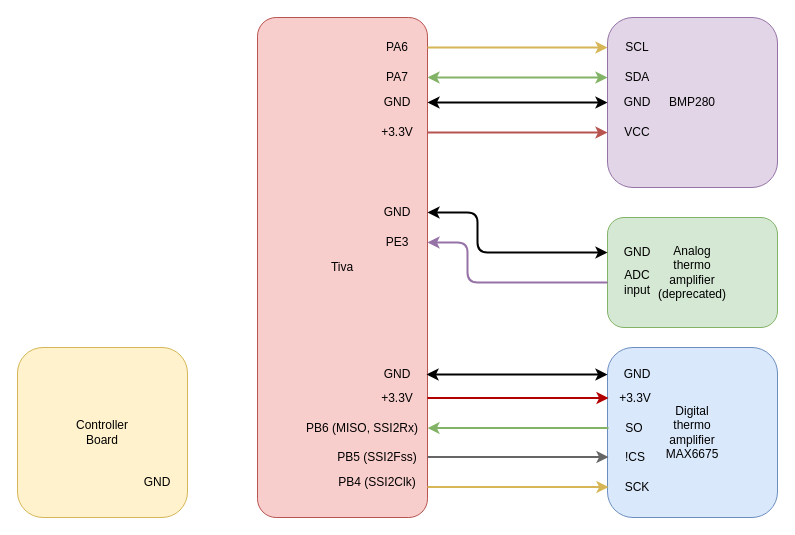
Earlier version of the draw.io diagram blockdiagram_overview.drawio (pfrapp/reflow-oven). Source tidied: cells renumbered, new cells numbered last; positions are measured from the earlier drawing's top-left corner, leaving out a move shared by most shapes. Both pictures are drawn from the tidied source at 100%, with x=0, y=0 at pixel (17, 17).
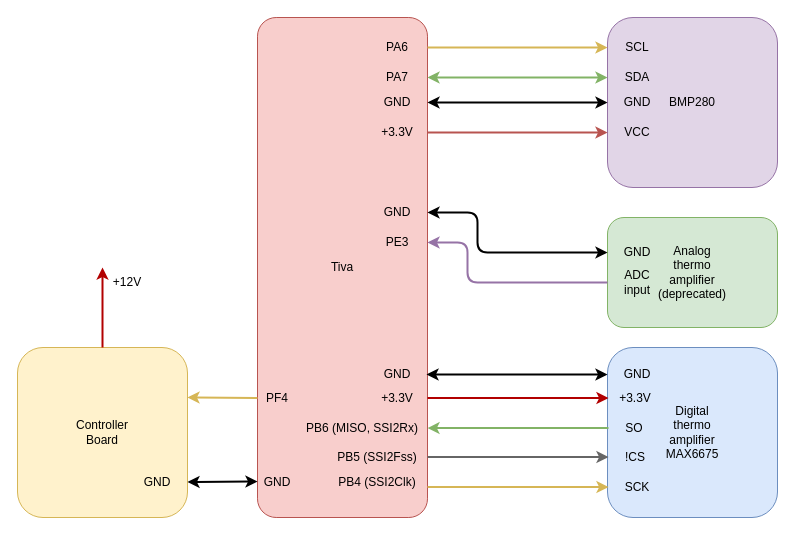
After the change.

Commit message (it also covers changes not shown here):
Updated block diagram to show controller connections

Unchanged cells that the change refers to:
```xml
<mxCell id="36" value="Controller&lt;br&gt;Board" style="rounded=1;whiteSpace=wrap;html=1;fillColor=#fff2cc;strokeColor=#d6b656;" parent="1" vertex="1">
  <mxGeometry y="330" width="170" height="170" as="geometry" />
</mxCell>
```

What changed in the source:
```diff
@@
+    <mxCell id="41" value="PF4" style="text;html=1;strokeColor=none;fillColor=none;align=center;verticalAlign=middle;whiteSpace=wrap;rounded=0;" parent="1" vertex="1">
+      <mxGeometry x="230" y="366" width="60" height="30" as="geometry" />
+    </mxCell>
+    <mxCell id="42" style="edgeStyle=none;html=1;endArrow=none;endFill=0;startArrow=classic;startFill=1;strokeWidth=2;fillColor=#e51400;strokeColor=#B20000;entryX=0.5;entryY=0;entryDx=0;entryDy=0;" parent="1" edge="1" target="36">
+      <mxGeometry relative="1" as="geometry">
+        <mxPoint x="85" y="250" as="sourcePoint" />
+      </mxGeometry>
+    </mxCell>
+    <mxCell id="43" value="+12V" style="text;html=1;strokeColor=none;fillColor=none;align=center;verticalAlign=middle;whiteSpace=wrap;rounded=0;" parent="1" vertex="1">
+      <mxGeometry x="80" y="250" width="60" height="30" as="geometry" />
+    </mxCell>
+    <mxCell id="44" style="edgeStyle=none;html=1;exitX=0;exitY=0.5;exitDx=0;exitDy=0;endArrow=classic;endFill=1;startArrow=none;startFill=0;strokeWidth=2;fillColor=#fff2cc;strokeColor=#d6b656;entryX=1;entryY=0.294;entryDx=0;entryDy=0;entryPerimeter=0;" parent="1" edge="1" target="36">
+      <mxGeometry relative="1" as="geometry">
+        <mxPoint x="240" y="380.5" as="sourcePoint" />
+      </mxGeometry>
+    </mxCell>
+    <mxCell id="45" style="edgeStyle=none;html=1;endArrow=classic;endFill=1;startArrow=classic;startFill=1;strokeWidth=2;" parent="1" edge="1">
+      <mxGeometry relative="1" as="geometry">
+        <mxPoint x="240" y="464" as="sourcePoint" />
+        <mxPoint x="170" y="464.5" as="targetPoint" />
+      </mxGeometry>
+    </mxCell>
+    <mxCell id="46" value="GND" style="text;html=1;strokeColor=none;fillColor=none;align=center;verticalAlign=middle;whiteSpace=wrap;rounded=0;" parent="1" vertex="1">
+      <mxGeometry x="230" y="450" width="60" height="30" as="geometry" />
+    </mxCell>
```
